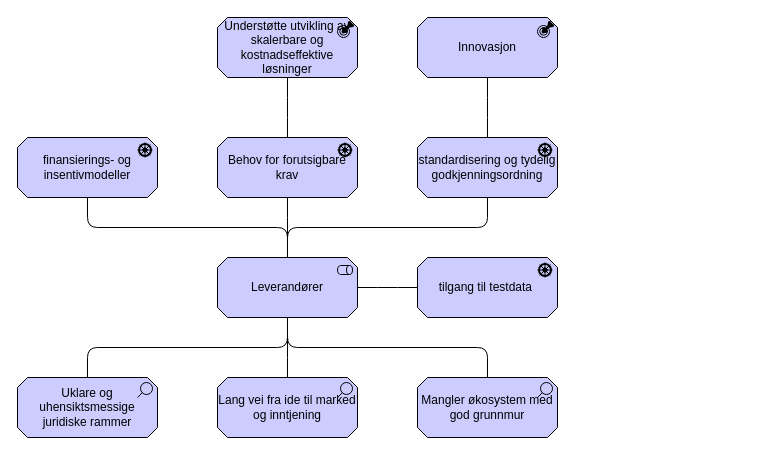
This is page "markedet-concern" (4 of 5) of docs/interessent/motivasjon-interessent.drawio from hdir/Digital-Forstelinje, a draw.io file, before an edit. Source tidied: cells renumbered, new cells numbered last; positions are measured from the earlier drawing's top-left corner, leaving out a move shared by most shapes. Both pictures are drawn from the tidied source at 100%, with x=0, y=0 at pixel (17, 17).
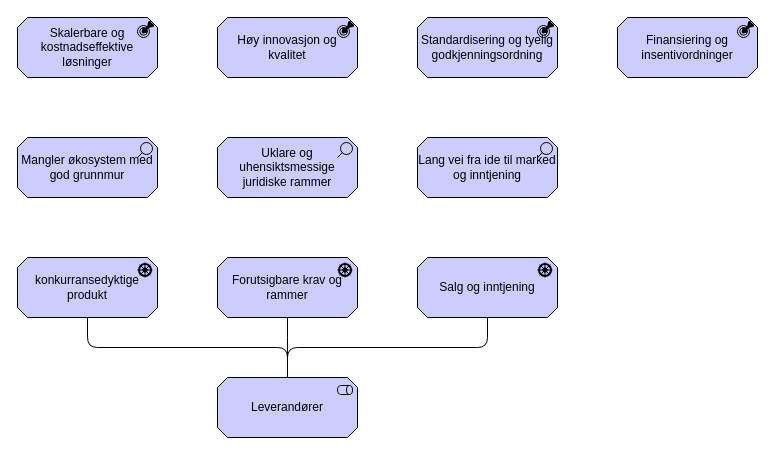
The same page after the edit.

Diff of the diagram source:
```diff
@@
     <mxCell id="2" value="Leverandører" style="html=1;outlineConnect=0;whiteSpace=wrap;fillColor=#CCCCFF;shape=mxgraph.archimate3.application;appType=role;archiType=oct;" parent="1" vertex="1">
-      <mxGeometry x="200" y="240" width="140" height="60" as="geometry" />
+      <mxGeometry x="200" y="360" width="140" height="60" as="geometry" />
     </mxCell>
-    <mxCell id="3" value="&lt;font style=&quot;font-size: 12px;&quot; face=&quot;Helvetica&quot;&gt;Behov for forutsigbare krav&lt;/font&gt;" style="html=1;outlineConnect=0;whiteSpace=wrap;fillColor=#CCCCFF;shape=mxgraph.archimate3.application;appType=driver;archiType=oct;" parent="1" vertex="1">
-      <mxGeometry x="200" y="120" width="140" height="60" as="geometry" />
-    </mxCell>
     <mxCell id="4" value="Lang vei fra ide til marked og inntjening" style="html=1;outlineConnect=0;whiteSpace=wrap;fillColor=#CCCCFF;shape=mxgraph.archimate3.application;appType=assess;archiType=oct;" parent="1" vertex="1">
-      <mxGeometry x="200" y="360" width="140" height="60" as="geometry" />
+      <mxGeometry x="400" y="120" width="140" height="60" as="geometry" />
     </mxCell>
-    <mxCell id="5" value="&lt;font style=&quot;font-size: 12px;&quot;&gt;Understøtte utvikling av skalerbare og kostnadseffektive løsninger&lt;/font&gt;" style="html=1;outlineConnect=0;whiteSpace=wrap;fillColor=#CCCCFF;shape=mxgraph.archimate3.application;appType=outcome;archiType=oct;" parent="1" vertex="1">
-      <mxGeometry x="200" width="140" height="60" as="geometry" />
-    </mxCell>
-    <mxCell id="6" style="edgeStyle=elbowEdgeStyle;html=1;endArrow=none;elbow=vertical;exitX=0.5;exitY=1;exitDx=0;exitDy=0;exitPerimeter=0;entryX=0.5;entryY=0;entryDx=0;entryDy=0;entryPerimeter=0;" parent="1" edge="1" source="3" target="2">
+    <mxCell id="6" style="edgeStyle=elbowEdgeStyle;html=1;endArrow=none;elbow=vertical;exitX=0.5;exitY=1;exitDx=0;exitDy=0;exitPerimeter=0;entryX=0.5;entryY=0;entryDx=0;entryDy=0;entryPerimeter=0;" parent="1" edge="1" source="22" target="2">
       <mxGeometry relative="1" as="geometry" />
     </mxCell>
-    <mxCell id="7" style="edgeStyle=elbowEdgeStyle;html=1;endArrow=none;elbow=vertical;exitX=0.5;exitY=1;exitDx=0;exitDy=0;exitPerimeter=0;entryX=0.5;entryY=0;entryDx=0;entryDy=0;entryPerimeter=0;" parent="1" edge="1" source="2" target="4">
-      <mxGeometry relative="1" as="geometry" />
-    </mxCell>
-    <mxCell id="8" style="edgeStyle=elbowEdgeStyle;html=1;endArrow=none;elbow=vertical;entryX=0.5;entryY=0;entryDx=0;entryDy=0;entryPerimeter=0;exitX=0.5;exitY=1;exitDx=0;exitDy=0;exitPerimeter=0;" parent="1" edge="1" source="5" target="3">
-      <mxGeometry relative="1" as="geometry" />
-    </mxCell>
-    <mxCell id="9" value="&lt;font style=&quot;font-size: 12px;&quot;&gt;standardisering og tydelig godkjenningsordning&lt;/font&gt;" style="html=1;outlineConnect=0;whiteSpace=wrap;fillColor=#CCCCFF;shape=mxgraph.archimate3.application;appType=driver;archiType=oct;" parent="1" vertex="1">
-      <mxGeometry x="400" y="120" width="140" height="60" as="geometry" />
-    </mxCell>
-    <mxCell id="10" value="&lt;font style=&quot;font-size: 12px;&quot; face=&quot;Helvetica&quot;&gt;finansierings- og insentivmodeller&lt;/font&gt;" style="html=1;outlineConnect=0;whiteSpace=wrap;fillColor=#CCCCFF;shape=mxgraph.archimate3.application;appType=driver;archiType=oct;" parent="1" vertex="1">
-      <mxGeometry y="120" width="140" height="60" as="geometry" />
-    </mxCell>
-    <mxCell id="11" value="&lt;font style=&quot;font-size: 12px;&quot;&gt;tilgang til testdata&amp;nbsp;&lt;/font&gt;" style="html=1;outlineConnect=0;whiteSpace=wrap;fillColor=#CCCCFF;shape=mxgraph.archimate3.application;appType=driver;archiType=oct;" parent="1" vertex="1">
-      <mxGeometry x="400" y="240" width="140" height="60" as="geometry" />
-    </mxCell>
-    <mxCell id="12" value="Innovasjon" style="html=1;outlineConnect=0;whiteSpace=wrap;fillColor=#CCCCFF;shape=mxgraph.archimate3.application;appType=outcome;archiType=oct;" parent="1" vertex="1">
-      <mxGeometry x="400" width="140" height="60" as="geometry" />
+    <mxCell id="12" value="Høy innovasjon og kvalitet" style="html=1;outlineConnect=0;whiteSpace=wrap;fillColor=#CCCCFF;shape=mxgraph.archimate3.application;appType=outcome;archiType=oct;" parent="1" vertex="1">
+      <mxGeometry x="200" width="140" height="60" as="geometry" />
     </mxCell>
-    <mxCell id="13" style="edgeStyle=elbowEdgeStyle;html=1;endArrow=none;elbow=vertical;entryX=0.5;entryY=0;entryDx=0;entryDy=0;entryPerimeter=0;" parent="1" edge="1" source="10" target="2">
+    <mxCell id="13" style="edgeStyle=elbowEdgeStyle;html=1;endArrow=none;elbow=vertical;entryX=0.5;entryY=0;entryDx=0;entryDy=0;entryPerimeter=0;exitX=0.5;exitY=1;exitDx=0;exitDy=0;exitPerimeter=0;" parent="1" edge="1" source="25" target="2">
       <mxGeometry relative="1" as="geometry" />
     </mxCell>
-    <mxCell id="14" style="edgeStyle=elbowEdgeStyle;html=1;endArrow=none;elbow=vertical;exitX=0.5;exitY=1;exitDx=0;exitDy=0;exitPerimeter=0;entryX=0.5;entryY=0;entryDx=0;entryDy=0;entryPerimeter=0;" parent="1" edge="1" source="9" target="2">
-      <mxGeometry relative="1" as="geometry" />
-    </mxCell>
-    <mxCell id="15" style="edgeStyle=elbowEdgeStyle;html=1;endArrow=none;elbow=vertical;exitX=0;exitY=0.5;exitDx=0;exitDy=0;exitPerimeter=0;entryX=1;entryY=0.5;entryDx=0;entryDy=0;entryPerimeter=0;" parent="1" edge="1" source="11" target="2">
+    <mxCell id="15" style="edgeStyle=elbowEdgeStyle;html=1;endArrow=none;elbow=vertical;exitX=0.5;exitY=1;exitDx=0;exitDy=0;exitPerimeter=0;entryX=0.5;entryY=0;entryDx=0;entryDy=0;entryPerimeter=0;" parent="1" edge="1" source="24" target="2">
       <mxGeometry relative="1" as="geometry" />
     </mxCell>
     <mxCell id="16" value="Mangler økosystem med god grunnmur" style="html=1;outlineConnect=0;whiteSpace=wrap;fillColor=#CCCCFF;shape=mxgraph.archimate3.application;appType=assess;archiType=oct;" parent="1" vertex="1">
-      <mxGeometry x="400" y="360" width="140" height="60" as="geometry" />
+      <mxGeometry y="120" width="140" height="60" as="geometry" />
     </mxCell>
     <mxCell id="17" value="Uklare og uhensiktsmessige juridiske rammer" style="html=1;outlineConnect=0;whiteSpace=wrap;fillColor=#CCCCFF;shape=mxgraph.archimate3.application;appType=assess;archiType=oct;" parent="1" vertex="1">
-      <mxGeometry y="360" width="140" height="60" as="geometry" />
+      <mxGeometry x="200" y="120" width="140" height="60" as="geometry" />
     </mxCell>
-    <mxCell id="18" style="edgeStyle=elbowEdgeStyle;html=1;endArrow=none;elbow=vertical;exitX=0.5;exitY=0;exitDx=0;exitDy=0;exitPerimeter=0;entryX=0.5;entryY=1;entryDx=0;entryDy=0;entryPerimeter=0;" parent="1" edge="1" source="9" target="12">
-      <mxGeometry relative="1" as="geometry" />
-    </mxCell>
-    <mxCell id="19" style="edgeStyle=elbowEdgeStyle;html=1;endArrow=none;elbow=vertical;exitX=0.5;exitY=1;exitDx=0;exitDy=0;exitPerimeter=0;entryX=0.5;entryY=0;entryDx=0;entryDy=0;entryPerimeter=0;" parent="1" edge="1" source="2" target="17">
-      <mxGeometry relative="1" as="geometry" />
-    </mxCell>
-    <mxCell id="20" style="edgeStyle=elbowEdgeStyle;html=1;endArrow=none;elbow=vertical;exitX=0.5;exitY=1;exitDx=0;exitDy=0;exitPerimeter=0;entryX=0.5;entryY=0;entryDx=0;entryDy=0;entryPerimeter=0;" parent="1" edge="1" source="2" target="16">
-      <mxGeometry relative="1" as="geometry" />
-    </mxCell>
+    <mxCell id="21" value="Standardisering og tyelig godkjenningsordning" style="html=1;whiteSpace=wrap;fillColor=#CCCCFF;shape=mxgraph.archimate3.application;appType=outcome;archiType=oct;" parent="1" vertex="1">
+      <mxGeometry x="400" width="140" height="60" as="geometry" />
+    </mxCell>
+    <mxCell id="22" value="Forutsigbare krav og rammer" style="html=1;outlineConnect=0;whiteSpace=wrap;fillColor=#CCCCFF;shape=mxgraph.archimate3.application;appType=driver;archiType=oct;" parent="1" vertex="1">
+      <mxGeometry x="200" y="240" width="140" height="60" as="geometry" />
+    </mxCell>
+    <mxCell id="23" value="Finansiering og insentivordninger" style="html=1;whiteSpace=wrap;fillColor=#CCCCFF;shape=mxgraph.archimate3.application;appType=outcome;archiType=oct;" parent="1" vertex="1">
+      <mxGeometry x="600" width="140" height="60" as="geometry" />
+    </mxCell>
+    <mxCell id="24" value="Salg og inntjening" style="html=1;outlineConnect=0;whiteSpace=wrap;fillColor=#CCCCFF;shape=mxgraph.archimate3.application;appType=driver;archiType=oct;" parent="1" vertex="1">
+      <mxGeometry x="400" y="240" width="140" height="60" as="geometry" />
+    </mxCell>
+    <mxCell id="25" value="konkurransedyktige produkt" style="html=1;outlineConnect=0;whiteSpace=wrap;fillColor=#CCCCFF;shape=mxgraph.archimate3.application;appType=driver;archiType=oct;" parent="1" vertex="1">
+      <mxGeometry y="240" width="140" height="60" as="geometry" />
+    </mxCell>
+    <mxCell id="26" value="Skalerbare og kostnadseffektive løsninger" style="html=1;whiteSpace=wrap;fillColor=#CCCCFF;shape=mxgraph.archimate3.application;appType=outcome;archiType=oct;" parent="1" vertex="1">
+      <mxGeometry width="140" height="60" as="geometry" />
+    </mxCell>
```
